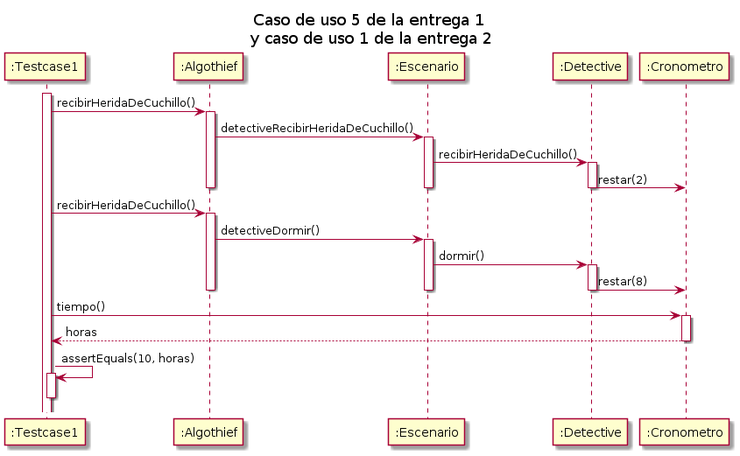
Before: diagrams/sequences/secuencia_entrega1_testcase05.png, a diagram exported from PlantUML (MegaRedHand/algo-thief). The source it was exported from:
```plantuml
@startuml

title "Caso de uso 5 de la entrega 1\n y caso de uso 1 de la entrega 2"

participant ":Testcase1" as testcase
participant ":Algothief" as algothief
participant ":Escenario" as escenario
participant ":Detective" as detective
participant ":Cronometro" as cronometro

activate testcase
testcase -> algothief: recibirHeridaDeCuchillo()
    activate algothief
    algothief -> escenario: detectiveRecibirHeridaDeCuchillo()
        activate escenario
        escenario -> detective: recibirHeridaDeCuchillo()
            activate detective
            detective -> cronometro: restar(2)
            deactivate detective
        deactivate escenario
    deactivate algothief

testcase -> algothief: recibirHeridaDeCuchillo()
    activate algothief
    algothief -> escenario: detectiveDormir()
        activate escenario
        escenario -> detective: dormir()
            activate detective
            detective -> cronometro: restar(8)
            deactivate detective
        deactivate escenario
    deactivate algothief

testcase -> cronometro: tiempo()
    activate cronometro
    return horas

testcase -> testcase: assertEquals(10, horas)
activate testcase
deactivate testcase

@enduml
```
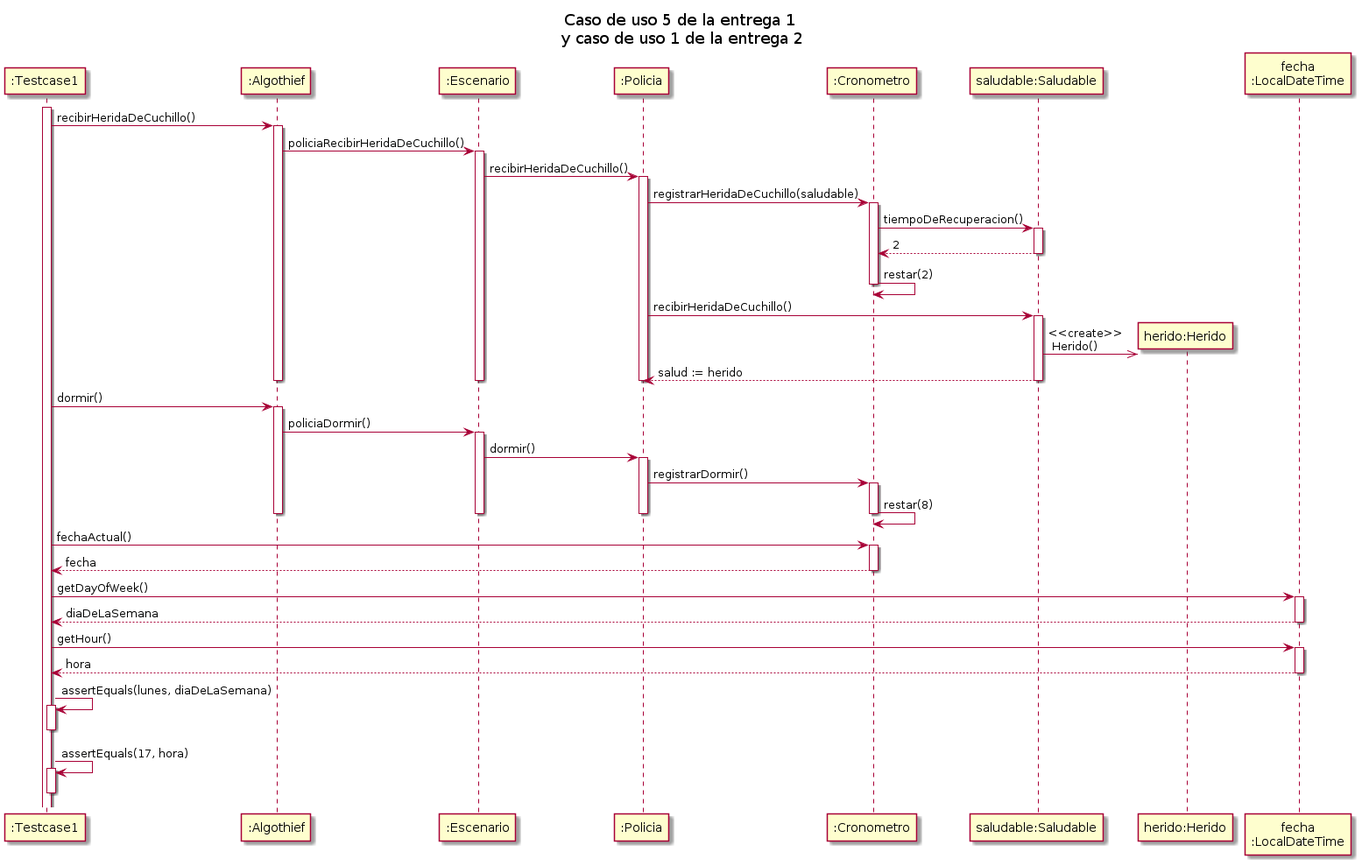
Above is the later version.

What changed in the source:
```diff
@@ -5,38 +5,56 @@
 participant ":Testcase1" as testcase
 participant ":Algothief" as algothief
 participant ":Escenario" as escenario
-participant ":Detective" as detective
+participant ":Policia" as policia
 participant ":Cronometro" as cronometro
+participant "saludable:Saludable" as saludable
+participant "herido:Herido" as herido
+participant "fecha\n:LocalDateTime" as fecha
 
 activate testcase
 testcase -> algothief: recibirHeridaDeCuchillo()
     activate algothief
-    algothief -> escenario: detectiveRecibirHeridaDeCuchillo()
+    algothief -> escenario: policiaRecibirHeridaDeCuchillo()
         activate escenario
-        escenario -> detective: recibirHeridaDeCuchillo()
-            activate detective
-            detective -> cronometro: restar(2)
-            deactivate detective
+        escenario -> policia: recibirHeridaDeCuchillo()
+            activate policia
+            policia -> cronometro++: registrarHeridaDeCuchillo(saludable)
+                cronometro -> saludable++: tiempoDeRecuperacion()
+                    return 2
+                cronometro -> cronometro: restar(2)
+                deactivate
+            policia -> saludable++: recibirHeridaDeCuchillo()
+                saludable ->> herido**: <<create>>\n Herido()
+                return salud := herido
+            deactivate policia
         deactivate escenario
     deactivate algothief
 
-testcase -> algothief: recibirHeridaDeCuchillo()
+testcase -> algothief: dormir()
     activate algothief
-    algothief -> escenario: detectiveDormir()
+    algothief -> escenario: policiaDormir()
         activate escenario
-        escenario -> detective: dormir()
-            activate detective
-            detective -> cronometro: restar(8)
-            deactivate detective
+        escenario -> policia: dormir()
+            activate policia
+            policia -> cronometro++: registrarDormir()
+                cronometro -> cronometro--: restar(8)
+            deactivate policia
         deactivate escenario
     deactivate algothief
 
-testcase -> cronometro: tiempo()
-    activate cronometro
-    return horas
+testcase -> cronometro++: fechaActual()
+    return fecha
 
-testcase -> testcase: assertEquals(10, horas)
-activate testcase
-deactivate testcase
+testcase -> fecha++: getDayOfWeek()
+    return diaDeLaSemana
+
+testcase -> fecha++: getHour()
+    return hora
+
+testcase -> testcase++: assertEquals(lunes, diaDeLaSemana)
+deactivate
+
+testcase -> testcase++: assertEquals(17, hora)
+deactivate
 
 @enduml
```
